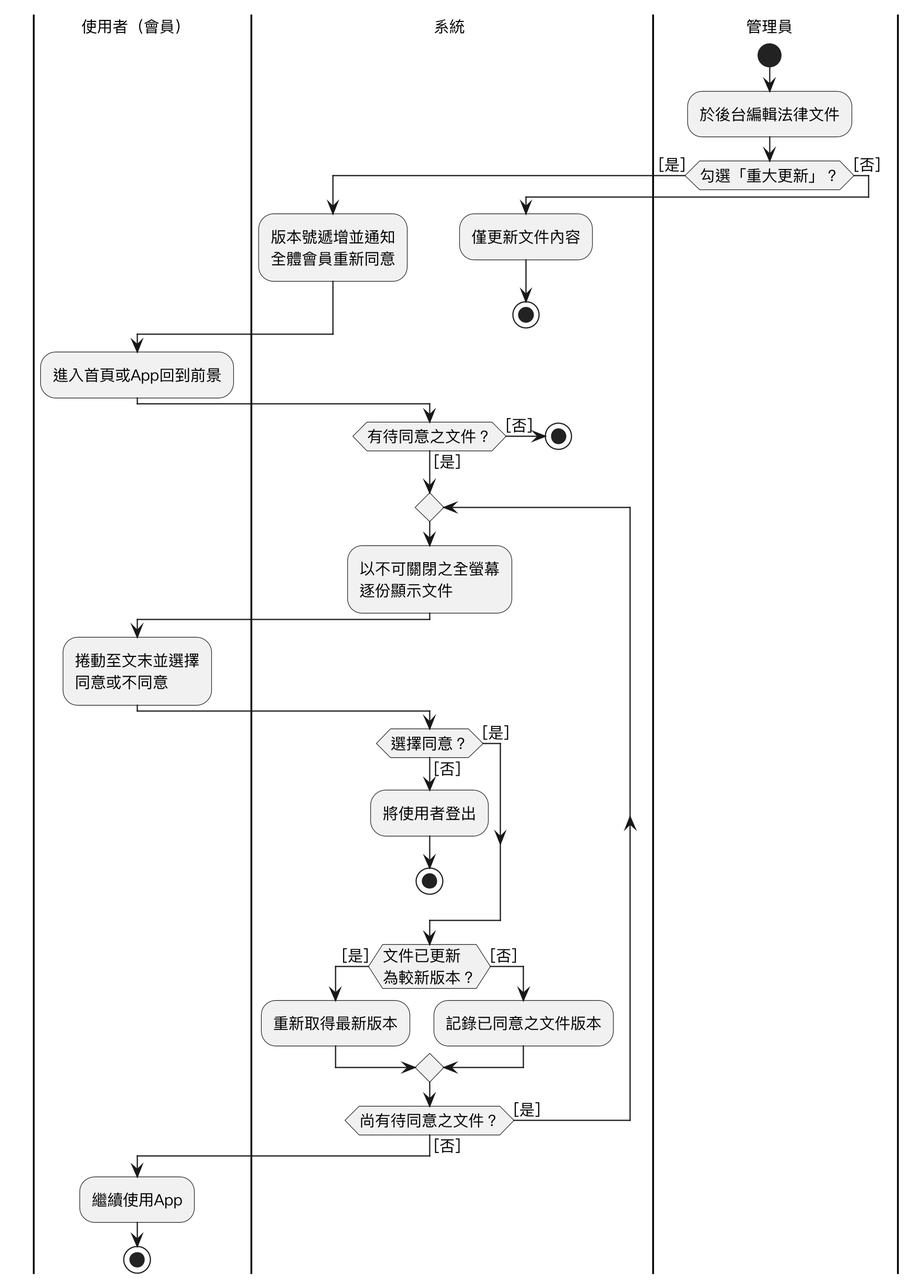
This is Diagrams/Activity diagram/v3/uc18.png from SaveMyBook/SaveMyBook, a PlantUML export, as it was before one commit.
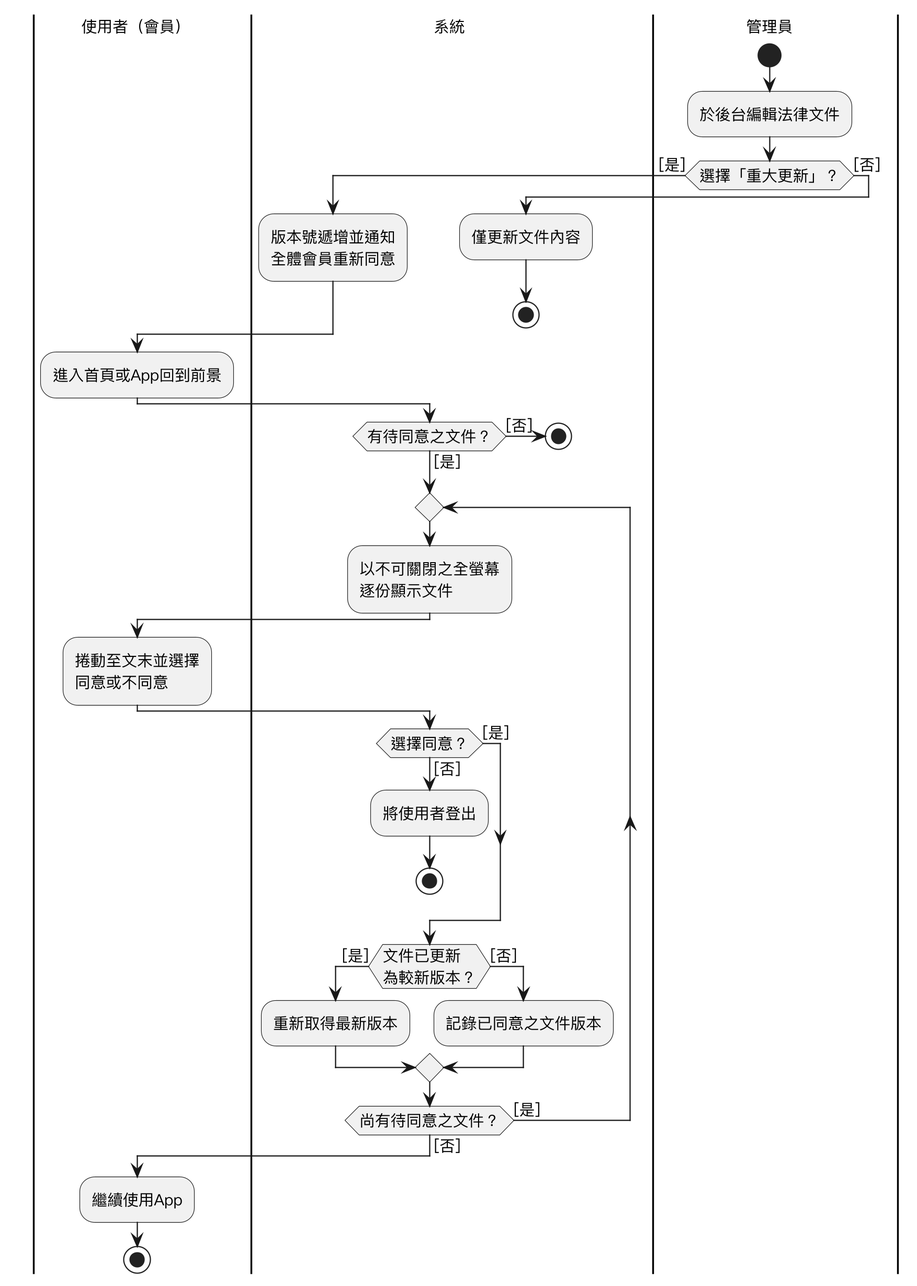
After the commit.

Change to the diagram source:
```diff
@@ -10,7 +10,7 @@
 |管理員|
 start
 :於後台編輯法律文件;
-if (勾選「重大更新」？) then ([是])
+if (選擇「重大更新」？) then ([是])
   |系統|
   :版本號遞增並通知\n全體會員重新同意;
 else ([否])
```
